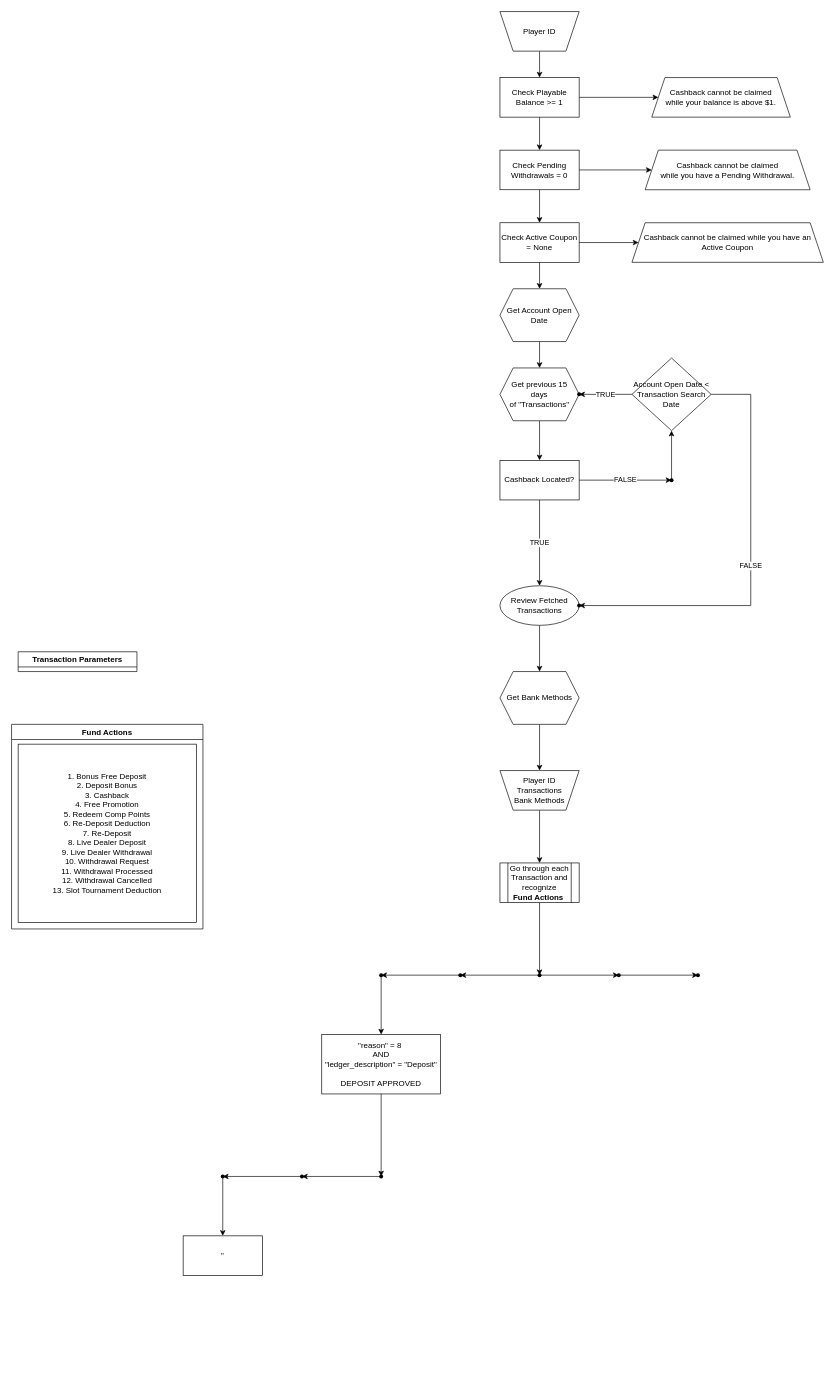
Above: Untitled Diagram.drawio in Svarog-Y/cashback-algorithm (draw.io), before the change. Source tidied: cells renumbered, new cells numbered last; positions are measured from the earlier drawing's top-left corner, leaving out a move shared by most shapes. Both pictures are drawn from the tidied source at 66%, with x=0, y=0 at pixel (11, 11).
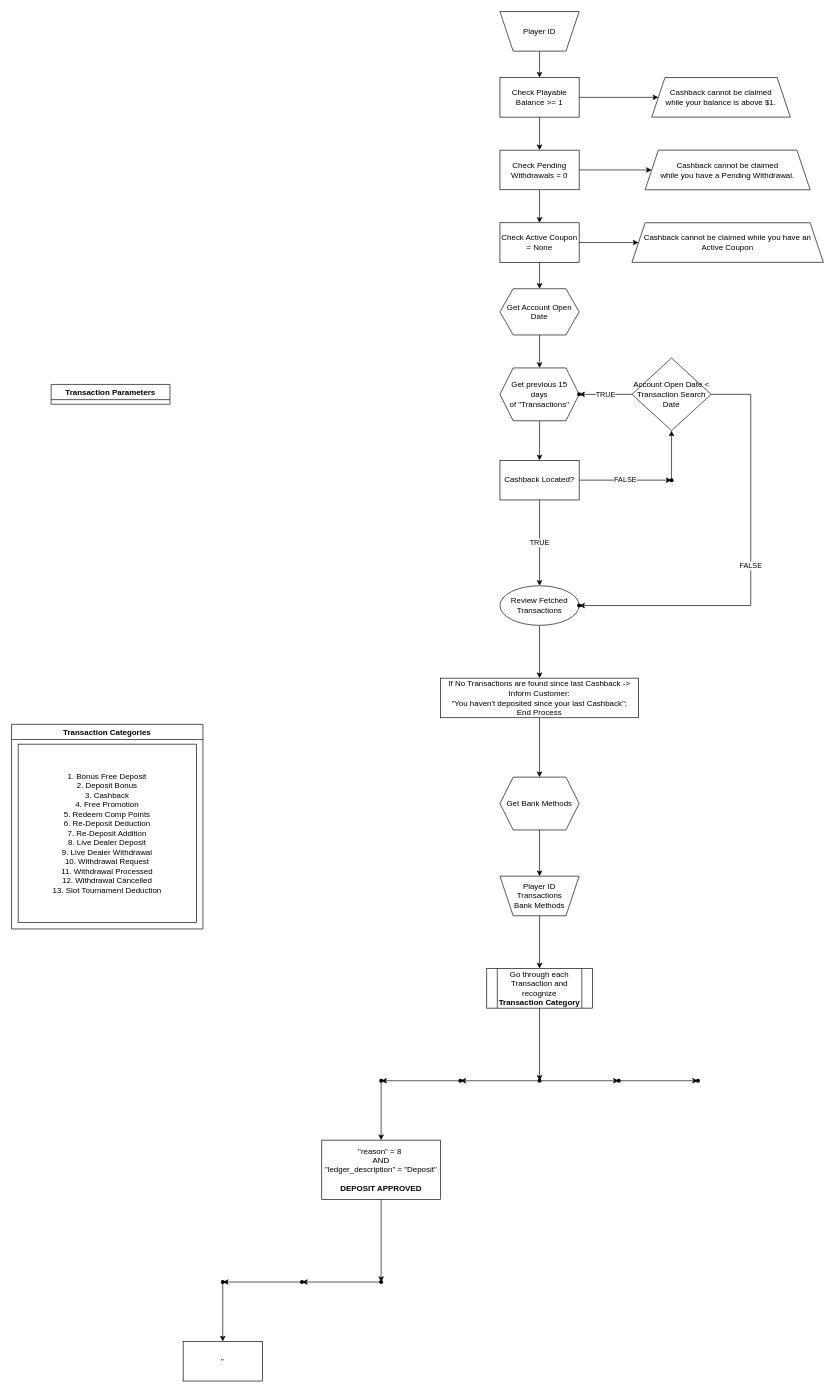
After the change.

The change refers to these unchanged cells:
```xml
<mxCell id="30" value="Review Fetched Transactions" style="ellipse;whiteSpace=wrap;html=1;rounded=0;" parent="1" vertex="1">
  <mxGeometry x="740" y="870" width="120" height="60" as="geometry" />
</mxCell>
```

Change to the diagram source:
```diff
@@
     <mxCell id="25" value="Get Account Open Date" style="shape=hexagon;perimeter=hexagonPerimeter2;whiteSpace=wrap;html=1;fixedSize=1;rounded=0;" parent="1" vertex="1">
-      <mxGeometry x="740" y="420" width="120" height="80" as="geometry" />
+      <mxGeometry x="740" y="420" width="120" height="70" as="geometry" />
     </mxCell>
@@
-    <mxCell id="29" style="edgeStyle=orthogonalEdgeStyle;rounded=0;jettySize=auto;html=1;" parent="1" edge="1" source="30" target="36">
+    <mxCell id="29" style="edgeStyle=orthogonalEdgeStyle;rounded=0;jettySize=auto;html=1;entryX=0.5;entryY=0;entryDx=0;entryDy=0;" parent="1" edge="1" source="30" target="61">
       <mxGeometry relative="1" as="geometry" />
     </mxCell>
@@
     <mxCell id="33" value="Player ID&lt;br&gt;Transactions&lt;br&gt;Bank Methods" style="shape=trapezoid;perimeter=trapezoidPerimeter;whiteSpace=wrap;html=1;fixedSize=1;direction=west;" parent="1" vertex="1">
-      <mxGeometry x="740" y="1150" width="120" height="60" as="geometry" />
+      <mxGeometry x="740" y="1310" width="120" height="60" as="geometry" />
     </mxCell>
     <mxCell id="34" value="Transaction Parameters" style="swimlane;whiteSpace=wrap;html=1;" parent="1" vertex="1" collapsed="1">
-      <mxGeometry x="10" y="970" width="180" height="30" as="geometry" />
+      <mxGeometry x="60" y="565" width="180" height="30" as="geometry" />
     </mxCell>
@@
     <mxCell id="36" value="Get Bank Methods" style="shape=hexagon;perimeter=hexagonPerimeter2;whiteSpace=wrap;html=1;fixedSize=1;rounded=0;" parent="1" vertex="1">
-      <mxGeometry x="740" y="1000" width="120" height="80" as="geometry" />
+      <mxGeometry x="740" y="1160" width="120" height="80" as="geometry" />
     </mxCell>
@@
-    <mxCell id="38" value="Go through each Transaction and recognize &lt;br&gt;&lt;b&gt;Fund Actions&lt;/b&gt;&amp;nbsp;" style="shape=process;whiteSpace=wrap;html=1;backgroundOutline=1;" parent="1" vertex="1">
-      <mxGeometry x="740" y="1290" width="120" height="60" as="geometry" />
+    <mxCell id="38" value="Go through each Transaction and recognize &lt;br&gt;&lt;b&gt;Transaction Category&lt;/b&gt;" style="shape=process;whiteSpace=wrap;html=1;backgroundOutline=1;" parent="1" vertex="1">
+      <mxGeometry x="720" y="1450" width="160" height="60" as="geometry" />
     </mxCell>
@@
     <mxCell id="41" style="shape=waypoint;sketch=0;size=6;points=[];fillColor=default;perimeter=centerPerimeter;snapToPoint=1;" parent="1" vertex="1">
-      <mxGeometry x="780" y="1440" width="40" height="40" as="geometry" />
+      <mxGeometry x="780" y="1600" width="40" height="40" as="geometry" />
     </mxCell>
@@
     <mxCell id="43" style="shape=waypoint;sketch=0;size=6;points=[];fillColor=default;perimeter=centerPerimeter;snapToPoint=1;" parent="1" vertex="1">
-      <mxGeometry x="660" y="1440" width="40" height="40" as="geometry" />
+      <mxGeometry x="660" y="1600" width="40" height="40" as="geometry" />
     </mxCell>
@@
     <mxCell id="45" style="shape=waypoint;sketch=0;size=6;points=[];fillColor=default;perimeter=centerPerimeter;snapToPoint=1;" parent="1" vertex="1">
-      <mxGeometry x="900" y="1440" width="40" height="40" as="geometry" />
+      <mxGeometry x="900" y="1600" width="40" height="40" as="geometry" />
     </mxCell>
@@
     <mxCell id="47" style="shape=waypoint;sketch=0;size=6;points=[];fillColor=default;perimeter=centerPerimeter;snapToPoint=1;" parent="1" vertex="1">
-      <mxGeometry x="540" y="1440" width="40" height="40" as="geometry" />
+      <mxGeometry x="540" y="1600" width="40" height="40" as="geometry" />
     </mxCell>
     <mxCell id="48" style="shape=waypoint;sketch=0;size=6;points=[];fillColor=default;perimeter=centerPerimeter;snapToPoint=1;" parent="1" vertex="1">
-      <mxGeometry x="1020" y="1440" width="40" height="40" as="geometry" />
+      <mxGeometry x="1020" y="1600" width="40" height="40" as="geometry" />
     </mxCell>
@@
-    <mxCell id="50" value="&quot;reason&quot; = 8&amp;nbsp;&lt;br&gt;AND&lt;br&gt;&quot;ledger_description&quot; = &quot;Deposit&quot;&lt;br&gt;&lt;br&gt;DEPOSIT APPROVED" style="whiteSpace=wrap;html=1;sketch=0;" parent="1" vertex="1">
-      <mxGeometry x="470" y="1550" width="180" height="90" as="geometry" />
+    <mxCell id="50" value="&quot;reason&quot; = 8&amp;nbsp;&lt;br&gt;AND&lt;br&gt;&quot;ledger_description&quot; = &quot;Deposit&quot;&lt;br&gt;&lt;br&gt;&lt;b&gt;DEPOSIT APPROVED&lt;/b&gt;" style="whiteSpace=wrap;html=1;sketch=0;" parent="1" vertex="1">
+      <mxGeometry x="470" y="1710" width="180" height="90" as="geometry" />
     </mxCell>
-    <mxCell id="51" value="Fund Actions" style="swimlane;whiteSpace=wrap;html=1;" parent="1" vertex="1">
+    <mxCell id="51" value="Transaction Categories" style="swimlane;whiteSpace=wrap;html=1;" parent="1" vertex="1">
       <mxGeometry y="1080" width="290" height="310" as="geometry" />
     </mxCell>
-    <mxCell id="52" value="1. Bonus Free Deposit&lt;br&gt;2. Deposit Bonus&lt;br&gt;3. Cashback&lt;br&gt;4. Free Promotion&lt;br&gt;5. Redeem Comp Points&lt;br&gt;6. Re-Deposit Deduction&lt;br&gt;7. Re-Deposit&lt;br&gt;8. Live Dealer Deposit&lt;br&gt;9. Live Dealer Withdrawal&lt;br&gt;10. Withdrawal Request&lt;br&gt;11. Withdrawal Processed&lt;br&gt;12. Withdrawal Cancelled&lt;br&gt;13. Slot Tournament Deduction" style="whiteSpace=wrap;html=1;" parent="51" vertex="1">
+    <mxCell id="52" value="1. Bonus Free Deposit&lt;br&gt;2. Deposit Bonus&lt;br&gt;3. Cashback&lt;br&gt;4. Free Promotion&lt;br&gt;5. Redeem Comp Points&lt;br&gt;6. Re-Deposit Deduction&lt;br&gt;7. Re-Deposit Addition&lt;br&gt;8. Live Dealer Deposit&lt;br&gt;9. Live Dealer Withdrawal&lt;br&gt;10. Withdrawal Request&lt;br&gt;11. Withdrawal Processed&lt;br&gt;12. Withdrawal Cancelled&lt;br&gt;13. Slot Tournament Deduction" style="whiteSpace=wrap;html=1;" parent="51" vertex="1">
       <mxGeometry x="10" y="30" width="270" height="270" as="geometry" />
     </mxCell>
@@
     <mxCell id="54" style="shape=waypoint;sketch=0;size=6;points=[];fillColor=default;perimeter=centerPerimeter;snapToPoint=1;" parent="1" vertex="1">
-      <mxGeometry x="540" y="1745" width="40" height="40" as="geometry" />
+      <mxGeometry x="540" y="1905" width="40" height="40" as="geometry" />
     </mxCell>
@@
     <mxCell id="56" style="shape=waypoint;sketch=0;size=6;points=[];fillColor=default;perimeter=centerPerimeter;snapToPoint=1;" parent="1" vertex="1">
-      <mxGeometry x="420" y="1745" width="40" height="40" as="geometry" />
+      <mxGeometry x="420" y="1905" width="40" height="40" as="geometry" />
     </mxCell>
@@
     <mxCell id="58" style="shape=waypoint;sketch=0;size=6;points=[];fillColor=default;perimeter=centerPerimeter;snapToPoint=1;" parent="1" vertex="1">
-      <mxGeometry x="300" y="1745" width="40" height="40" as="geometry" />
+      <mxGeometry x="300" y="1905" width="40" height="40" as="geometry" />
     </mxCell>
     <mxCell id="59" value="&quot;" style="whiteSpace=wrap;html=1;sketch=0;" parent="1" vertex="1">
-      <mxGeometry x="260" y="1855" width="120" height="60" as="geometry" />
+      <mxGeometry x="260" y="2015" width="120" height="60" as="geometry" />
     </mxCell>
+    <mxCell id="60" style="edgeStyle=orthogonalEdgeStyle;rounded=0;jettySize=auto;html=1;" parent="1" edge="1" source="61" target="36">
+      <mxGeometry relative="1" as="geometry" />
+    </mxCell>
+    <mxCell id="61" value="If No Transactions are found since last Cashback -&amp;gt; Inform Customer: &lt;br&gt;&quot;You haven't deposited since your last Cashback&quot;;&lt;br&gt;End Process" style="rounded=0;whiteSpace=wrap;html=1;" parent="1" vertex="1">
+      <mxGeometry x="650" y="1010" width="300" height="60" as="geometry" />
+    </mxCell>
```
